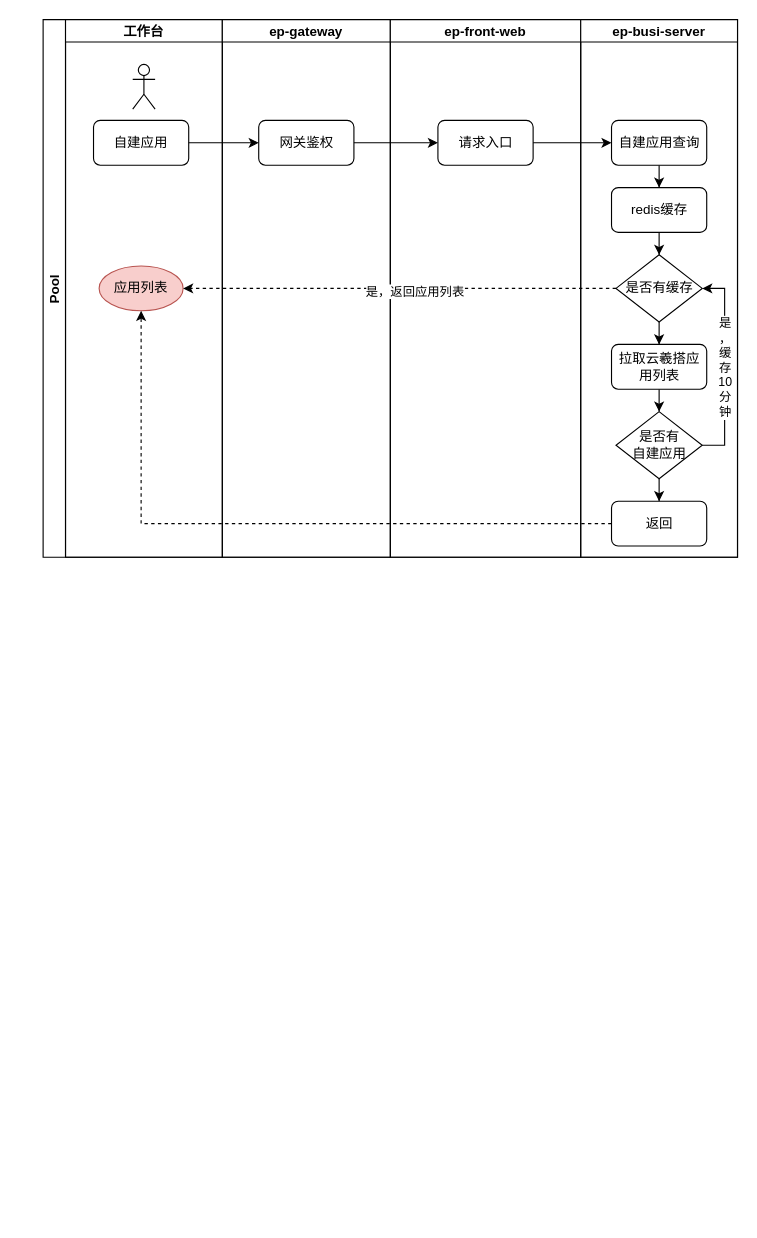
Above: 自建应用模块.drawio in liangdengming/diagrams (draw.io), before the change. Source tidied: cells renumbered, new cells numbered last; positions are measured from the earlier drawing's top-left corner, leaving out a move shared by most shapes. Both pictures are drawn from the tidied source at 112%, with x=0, y=0 at pixel (43, 19).
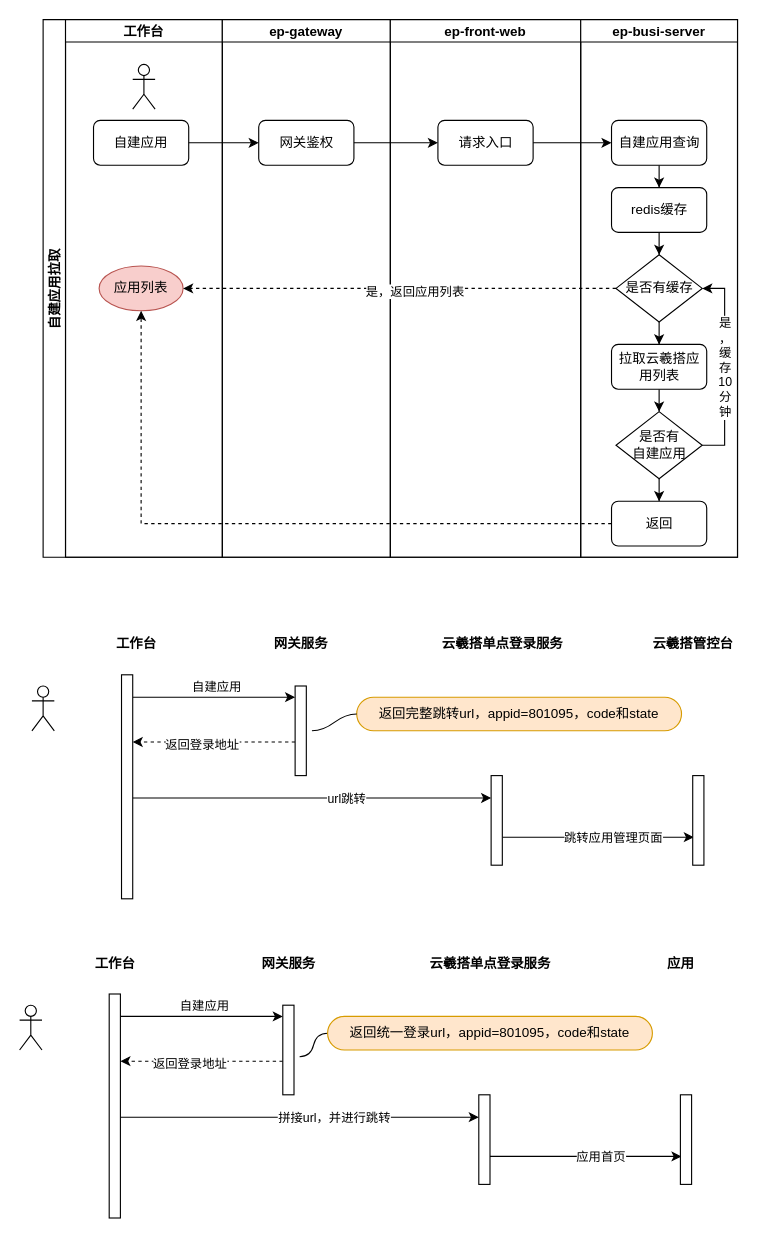
The same diagram, later.

Commit message:
更新自建应用模块.drawio

What changed in the source:
```diff
@@
-    <mxCell id="2" value="Pool" style="swimlane;startSize=20;horizontal=0;" parent="1" vertex="1">
+    <mxCell id="2" value="自建应用拉取" style="swimlane;startSize=20;horizontal=0;" parent="1" vertex="1">
       <mxGeometry width="620" height="480" as="geometry" />
     </mxCell>
@@
+    <mxCell id="31" style="edgeStyle=elbowEdgeStyle;rounded=0;orthogonalLoop=1;jettySize=auto;html=1;elbow=horizontal;curved=0;" parent="1" edge="1">
+      <mxGeometry relative="1" as="geometry">
+        <mxPoint x="69" y="890" as="sourcePoint" />
+        <mxPoint x="214" y="890" as="targetPoint" />
+      </mxGeometry>
+    </mxCell>
+    <mxCell id="32" value="自建应用" style="edgeLabel;html=1;align=center;verticalAlign=middle;" parent="31" vertex="1">
+      <mxGeometry x="-0.24" y="4" relative="1" as="geometry">
+        <mxPoint x="19" y="-6" as="offset" />
+      </mxGeometry>
+    </mxCell>
+    <mxCell id="33" style="edgeStyle=elbowEdgeStyle;rounded=0;orthogonalLoop=1;jettySize=auto;html=1;elbow=vertical;curved=0;" parent="1" edge="1">
+      <mxGeometry relative="1" as="geometry">
+        <mxPoint x="69" y="980" as="sourcePoint" />
+        <mxPoint x="389" y="980" as="targetPoint" />
+      </mxGeometry>
+    </mxCell>
+    <mxCell id="34" value="拼接url，并进行跳转" style="edgeLabel;html=1;align=center;verticalAlign=middle;" parent="33" vertex="1">
+      <mxGeometry x="0.19" y="1" relative="1" as="geometry">
+        <mxPoint y="1" as="offset" />
+      </mxGeometry>
+    </mxCell>
+    <mxCell id="35" style="html=1;perimeter=orthogonalPerimeter;targetShapes=umlLifeline;newEdgeStyle={&quot;edgeStyle&quot;:&quot;elbowEdgeStyle&quot;,&quot;elbow&quot;:&quot;vertical&quot;,&quot;curved&quot;:0,&quot;rounded&quot;:0};" parent="1" vertex="1">
+      <mxGeometry x="59" y="870" width="10" height="200" as="geometry" />
+    </mxCell>
+    <mxCell id="36" style="shape=umlActor;verticalLabelPosition=bottom;verticalAlign=top;html=1;" parent="1" vertex="1">
+      <mxGeometry x="-21" y="880" width="20" height="40" as="geometry" />
+    </mxCell>
+    <mxCell id="37" value="工作台" style="text;align=center;fontStyle=1;verticalAlign=middle;spacingLeft=3;spacingRight=3;strokeColor=none;html=1;" parent="1" vertex="1">
+      <mxGeometry x="24" y="830" width="80" height="26" as="geometry" />
+    </mxCell>
+    <mxCell id="38" value="网关服务" style="text;align=center;fontStyle=1;verticalAlign=middle;spacingLeft=3;spacingRight=3;strokeColor=none;html=1;" parent="1" vertex="1">
+      <mxGeometry x="179" y="830" width="80" height="26" as="geometry" />
+    </mxCell>
+    <mxCell id="39" value="云羲搭单点登录服务" style="text;align=center;fontStyle=1;verticalAlign=middle;spacingLeft=3;spacingRight=3;strokeColor=none;html=1;" parent="1" vertex="1">
+      <mxGeometry x="359" y="830" width="80" height="26" as="geometry" />
+    </mxCell>
+    <mxCell id="40" value="应用" style="text;align=center;fontStyle=1;verticalAlign=middle;spacingLeft=3;spacingRight=3;strokeColor=none;html=1;" parent="1" vertex="1">
+      <mxGeometry x="529" y="830" width="80" height="26" as="geometry" />
+    </mxCell>
+    <mxCell id="41" style="edgeStyle=elbowEdgeStyle;rounded=0;orthogonalLoop=1;jettySize=auto;html=1;elbow=vertical;curved=0;dashed=1;" parent="1" edge="1">
+      <mxGeometry relative="1" as="geometry">
+        <mxPoint x="214" y="930" as="sourcePoint" />
+        <mxPoint x="69" y="930" as="targetPoint" />
+      </mxGeometry>
+    </mxCell>
+    <mxCell id="42" value="返回登录地址" style="edgeLabel;html=1;align=center;verticalAlign=middle;" parent="41" vertex="1">
+      <mxGeometry x="0.16" y="2" relative="1" as="geometry" />
+    </mxCell>
+    <mxCell id="43" style="html=1;perimeter=orthogonalPerimeter;targetShapes=umlLifeline;newEdgeStyle={&quot;edgeStyle&quot;:&quot;elbowEdgeStyle&quot;,&quot;elbow&quot;:&quot;vertical&quot;,&quot;curved&quot;:0,&quot;rounded&quot;:0};" parent="1" vertex="1">
+      <mxGeometry x="214" y="880" width="10" height="80" as="geometry" />
+    </mxCell>
+    <mxCell id="44" style="edgeStyle=elbowEdgeStyle;rounded=0;jettySize=auto;html=1;elbow=vertical;curved=0;entryX=0.1;entryY=0.688;entryDx=0;entryDy=0;entryPerimeter=0;" parent="1" edge="1" source="46" target="47">
+      <mxGeometry relative="1" as="geometry" />
+    </mxCell>
+    <mxCell id="45" value="应用首页" style="edgeLabel;html=1;align=center;verticalAlign=middle;" parent="44" vertex="1">
+      <mxGeometry x="0.15" relative="1" as="geometry" />
+    </mxCell>
+    <mxCell id="46" style="html=1;points=[];perimeter=orthogonalPerimeter;outlineConnect=0;targetShapes=umlLifeline;portConstraint=eastwest;newEdgeStyle={&quot;edgeStyle&quot;:&quot;elbowEdgeStyle&quot;,&quot;elbow&quot;:&quot;vertical&quot;,&quot;curved&quot;:0,&quot;rounded&quot;:0};" parent="1" vertex="1">
+      <mxGeometry x="389" y="960" width="10" height="80" as="geometry" />
+    </mxCell>
+    <mxCell id="47" style="html=1;points=[];perimeter=orthogonalPerimeter;outlineConnect=0;targetShapes=umlLifeline;portConstraint=eastwest;newEdgeStyle={&quot;edgeStyle&quot;:&quot;elbowEdgeStyle&quot;,&quot;elbow&quot;:&quot;vertical&quot;,&quot;curved&quot;:0,&quot;rounded&quot;:0};" parent="1" vertex="1">
+      <mxGeometry x="569" y="960" width="10" height="80" as="geometry" />
+    </mxCell>
+    <mxCell id="48" style="edgeStyle=entityRelationEdgeStyle;startArrow=none;endArrow=none;segment=10;curved=1;sourcePerimeterSpacing=0;targetPerimeterSpacing=0;rounded=0;entryX=0;entryY=0.5;entryDx=0;entryDy=0;" parent="1" edge="1" target="49">
+      <mxGeometry relative="1" as="geometry">
+        <mxPoint x="229" y="926" as="sourcePoint" />
+      </mxGeometry>
+    </mxCell>
+    <mxCell id="49" value="返回统一登录url，appid=801095，code和state" style="whiteSpace=wrap;html=1;rounded=1;arcSize=50;align=center;verticalAlign=middle;strokeWidth=1;spacing=4;newEdgeStyle={&quot;edgeStyle&quot;:&quot;entityRelationEdgeStyle&quot;,&quot;startArrow&quot;:&quot;none&quot;,&quot;endArrow&quot;:&quot;none&quot;,&quot;segment&quot;:10,&quot;curved&quot;:1,&quot;sourcePerimeterSpacing&quot;:0,&quot;targetPerimeterSpacing&quot;:0};fillColor=#ffe6cc;strokeColor=#d79b00;" parent="1" vertex="1">
+      <mxGeometry x="254" y="890" width="290" height="30" as="geometry" />
+    </mxCell>
+    <mxCell id="50" style="edgeStyle=elbowEdgeStyle;rounded=0;orthogonalLoop=1;jettySize=auto;html=1;elbow=horizontal;curved=0;" parent="1" edge="1">
+      <mxGeometry relative="1" as="geometry">
+        <mxPoint x="80" y="605" as="sourcePoint" />
+        <mxPoint x="225" y="605" as="targetPoint" />
+      </mxGeometry>
+    </mxCell>
+    <mxCell id="51" value="自建应用" style="edgeLabel;html=1;align=center;verticalAlign=middle;" parent="50" vertex="1">
+      <mxGeometry x="-0.24" y="4" relative="1" as="geometry">
+        <mxPoint x="19" y="-6" as="offset" />
+      </mxGeometry>
+    </mxCell>
+    <mxCell id="52" style="edgeStyle=elbowEdgeStyle;rounded=0;orthogonalLoop=1;jettySize=auto;html=1;elbow=vertical;curved=0;" parent="1" edge="1">
+      <mxGeometry relative="1" as="geometry">
+        <mxPoint x="80" y="695" as="sourcePoint" />
+        <mxPoint x="400" y="695" as="targetPoint" />
+      </mxGeometry>
+    </mxCell>
+    <mxCell id="53" value="url跳转" style="edgeLabel;html=1;align=center;verticalAlign=middle;" parent="52" vertex="1">
+      <mxGeometry x="0.19" y="1" relative="1" as="geometry">
+        <mxPoint y="1" as="offset" />
+      </mxGeometry>
+    </mxCell>
+    <mxCell id="54" style="html=1;perimeter=orthogonalPerimeter;targetShapes=umlLifeline;newEdgeStyle={&quot;edgeStyle&quot;:&quot;elbowEdgeStyle&quot;,&quot;elbow&quot;:&quot;vertical&quot;,&quot;curved&quot;:0,&quot;rounded&quot;:0};" parent="1" vertex="1">
+      <mxGeometry x="70" y="585" width="10" height="200" as="geometry" />
+    </mxCell>
+    <mxCell id="55" style="shape=umlActor;verticalLabelPosition=bottom;verticalAlign=top;html=1;" parent="1" vertex="1">
+      <mxGeometry x="-10" y="595" width="20" height="40" as="geometry" />
+    </mxCell>
+    <mxCell id="56" value="工作台" style="text;align=center;fontStyle=1;verticalAlign=middle;spacingLeft=3;spacingRight=3;strokeColor=none;html=1;" parent="1" vertex="1">
+      <mxGeometry x="50" y="545" width="65" height="26" as="geometry" />
+    </mxCell>
+    <mxCell id="57" value="网关服务" style="text;align=center;fontStyle=1;verticalAlign=middle;spacingLeft=3;spacingRight=3;strokeColor=none;html=1;" parent="1" vertex="1">
+      <mxGeometry x="190" y="545" width="80" height="26" as="geometry" />
+    </mxCell>
+    <mxCell id="58" value="云羲搭单点登录服务" style="text;align=center;fontStyle=1;verticalAlign=middle;spacingLeft=3;spacingRight=3;strokeColor=none;html=1;" parent="1" vertex="1">
+      <mxGeometry x="370" y="545" width="80" height="26" as="geometry" />
+    </mxCell>
+    <mxCell id="59" value="云羲搭管控台" style="text;align=center;fontStyle=1;verticalAlign=middle;spacingLeft=3;spacingRight=3;strokeColor=none;html=1;" parent="1" vertex="1">
+      <mxGeometry x="540" y="545" width="80" height="26" as="geometry" />
+    </mxCell>
+    <mxCell id="60" style="edgeStyle=elbowEdgeStyle;rounded=0;orthogonalLoop=1;jettySize=auto;html=1;elbow=vertical;curved=0;dashed=1;" parent="1" edge="1">
+      <mxGeometry relative="1" as="geometry">
+        <mxPoint x="225" y="645" as="sourcePoint" />
+        <mxPoint x="80" y="645" as="targetPoint" />
+      </mxGeometry>
+    </mxCell>
+    <mxCell id="61" value="返回登录地址" style="edgeLabel;html=1;align=center;verticalAlign=middle;" parent="60" vertex="1">
+      <mxGeometry x="0.16" y="2" relative="1" as="geometry" />
+    </mxCell>
+    <mxCell id="62" style="html=1;perimeter=orthogonalPerimeter;targetShapes=umlLifeline;newEdgeStyle={&quot;edgeStyle&quot;:&quot;elbowEdgeStyle&quot;,&quot;elbow&quot;:&quot;vertical&quot;,&quot;curved&quot;:0,&quot;rounded&quot;:0};" parent="1" vertex="1">
+      <mxGeometry x="225" y="595" width="10" height="80" as="geometry" />
+    </mxCell>
+    <mxCell id="63" style="edgeStyle=elbowEdgeStyle;rounded=0;jettySize=auto;html=1;elbow=vertical;curved=0;entryX=0.1;entryY=0.688;entryDx=0;entryDy=0;entryPerimeter=0;" parent="1" edge="1" source="65" target="66">
+      <mxGeometry relative="1" as="geometry" />
+    </mxCell>
+    <mxCell id="64" value="跳转应用管理页面" style="edgeLabel;html=1;align=center;verticalAlign=middle;" parent="63" vertex="1">
+      <mxGeometry x="0.15" relative="1" as="geometry" />
+    </mxCell>
+    <mxCell id="65" style="html=1;points=[];perimeter=orthogonalPerimeter;outlineConnect=0;targetShapes=umlLifeline;portConstraint=eastwest;newEdgeStyle={&quot;edgeStyle&quot;:&quot;elbowEdgeStyle&quot;,&quot;elbow&quot;:&quot;vertical&quot;,&quot;curved&quot;:0,&quot;rounded&quot;:0};" parent="1" vertex="1">
+      <mxGeometry x="400" y="675" width="10" height="80" as="geometry" />
+    </mxCell>
+    <mxCell id="66" style="html=1;points=[];perimeter=orthogonalPerimeter;outlineConnect=0;targetShapes=umlLifeline;portConstraint=eastwest;newEdgeStyle={&quot;edgeStyle&quot;:&quot;elbowEdgeStyle&quot;,&quot;elbow&quot;:&quot;vertical&quot;,&quot;curved&quot;:0,&quot;rounded&quot;:0};" parent="1" vertex="1">
+      <mxGeometry x="580" y="675" width="10" height="80" as="geometry" />
+    </mxCell>
+    <mxCell id="67" value="返回完整跳转url，appid=801095，code和state" style="whiteSpace=wrap;html=1;rounded=1;arcSize=50;align=center;verticalAlign=middle;strokeWidth=1;spacing=4;newEdgeStyle={&quot;edgeStyle&quot;:&quot;entityRelationEdgeStyle&quot;,&quot;startArrow&quot;:&quot;none&quot;,&quot;endArrow&quot;:&quot;none&quot;,&quot;segment&quot;:10,&quot;curved&quot;:1,&quot;sourcePerimeterSpacing&quot;:0,&quot;targetPerimeterSpacing&quot;:0};fillColor=#ffe6cc;strokeColor=#d79b00;" parent="1" vertex="1">
+      <mxGeometry x="280" y="605" width="290" height="30" as="geometry" />
+    </mxCell>
+    <mxCell id="68" style="edgeStyle=entityRelationEdgeStyle;startArrow=none;endArrow=none;segment=10;curved=1;sourcePerimeterSpacing=0;targetPerimeterSpacing=0;rounded=0;" parent="1" edge="1" target="67">
+      <mxGeometry relative="1" as="geometry">
+        <mxPoint x="240" y="635" as="sourcePoint" />
+      </mxGeometry>
+    </mxCell>
```
